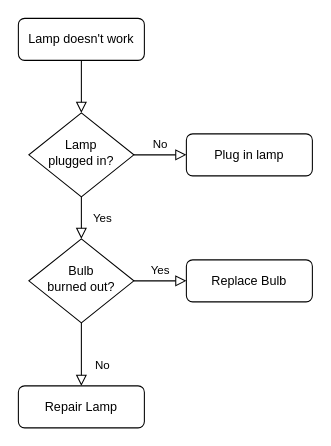
dongcai-x/spring-cloud keeps this draw.io diagram as Untitled Diagram.drawio. Above is the earlier version. Source tidied: cells renumbered, new cells numbered last; positions are measured from the earlier drawing's top-left corner, leaving out a move shared by most shapes. Both pictures are drawn from the tidied source at 105%, with x=0, y=0 at pixel (18, 18).
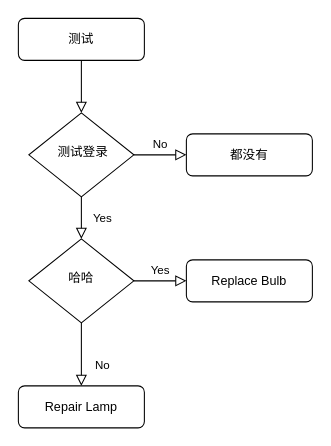
Above is the later version.

Diff of the diagram source:
```diff
@@
 <mxGraphModel>
   <root>
     <mxCell id="0" />
     <mxCell id="1" parent="0" />
     <mxCell id="2" style="rounded=0;html=1;jettySize=auto;fontSize=11;endArrow=block;endFill=0;endSize=8;strokeWidth=1;shadow=0;labelBackgroundColor=none;edgeStyle=orthogonalEdgeStyle;" parent="1" edge="1" source="3" target="6">
       <mxGeometry relative="1" as="geometry" />
     </mxCell>
-    <mxCell id="3" value="Lamp doesn't work" style="rounded=1;whiteSpace=wrap;html=1;fontSize=12;glass=0;strokeWidth=1;shadow=0;" parent="1" vertex="1">
+    <mxCell id="3" value="测试" style="rounded=1;whiteSpace=wrap;html=1;fontSize=12;glass=0;strokeWidth=1;shadow=0;" parent="1" vertex="1">
       <mxGeometry width="120" height="40" as="geometry" />
     </mxCell>
     <mxCell id="4" value="Yes" style="rounded=0;html=1;jettySize=auto;fontSize=11;endArrow=block;endFill=0;endSize=8;strokeWidth=1;shadow=0;labelBackgroundColor=none;edgeStyle=orthogonalEdgeStyle;" parent="1" edge="1" source="6" target="10">
       <mxGeometry y="20" relative="1" as="geometry" />
     </mxCell>
     <mxCell id="5" value="No" style="edgeStyle=orthogonalEdgeStyle;rounded=0;html=1;jettySize=auto;fontSize=11;endArrow=block;endFill=0;endSize=8;strokeWidth=1;shadow=0;labelBackgroundColor=none;" parent="1" edge="1" source="6" target="7">
       <mxGeometry y="10" relative="1" as="geometry" />
     </mxCell>
-    <mxCell id="6" value="Lamp&lt;br&gt;plugged in?" style="rhombus;whiteSpace=wrap;html=1;shadow=0;fontFamily=Helvetica;fontSize=12;align=center;strokeWidth=1;spacing=6;spacingTop=-4;" parent="1" vertex="1">
+    <mxCell id="6" value="&amp;nbsp;测试登录" style="rhombus;whiteSpace=wrap;html=1;shadow=0;fontFamily=Helvetica;fontSize=12;align=center;strokeWidth=1;spacing=6;spacingTop=-4;" parent="1" vertex="1">
       <mxGeometry x="10" y="90" width="100" height="80" as="geometry" />
     </mxCell>
-    <mxCell id="7" value="Plug in lamp" style="rounded=1;whiteSpace=wrap;html=1;fontSize=12;glass=0;strokeWidth=1;shadow=0;" parent="1" vertex="1">
+    <mxCell id="7" value="都没有" style="rounded=1;whiteSpace=wrap;html=1;fontSize=12;glass=0;strokeWidth=1;shadow=0;" parent="1" vertex="1">
       <mxGeometry x="160" y="110" width="120" height="40" as="geometry" />
     </mxCell>
     <mxCell id="8" value="No" style="rounded=0;html=1;jettySize=auto;fontSize=11;endArrow=block;endFill=0;endSize=8;strokeWidth=1;shadow=0;labelBackgroundColor=none;edgeStyle=orthogonalEdgeStyle;" parent="1" edge="1" source="10" target="11">
       <mxGeometry x="0.33" y="20" relative="1" as="geometry" />
     </mxCell>
     <mxCell id="9" value="Yes" style="edgeStyle=orthogonalEdgeStyle;rounded=0;html=1;jettySize=auto;fontSize=11;endArrow=block;endFill=0;endSize=8;strokeWidth=1;shadow=0;labelBackgroundColor=none;" parent="1" edge="1" source="10" target="12">
       <mxGeometry y="10" relative="1" as="geometry" />
     </mxCell>
-    <mxCell id="10" value="Bulb&lt;br&gt;burned out?" style="rhombus;whiteSpace=wrap;html=1;shadow=0;fontFamily=Helvetica;fontSize=12;align=center;strokeWidth=1;spacing=6;spacingTop=-4;" parent="1" vertex="1">
+    <mxCell id="10" value="哈哈" style="rhombus;whiteSpace=wrap;html=1;shadow=0;fontFamily=Helvetica;fontSize=12;align=center;strokeWidth=1;spacing=6;spacingTop=-4;" parent="1" vertex="1">
       <mxGeometry x="10" y="210" width="100" height="80" as="geometry" />
     </mxCell>
     <mxCell id="11" value="Repair Lamp" style="rounded=1;whiteSpace=wrap;html=1;fontSize=12;glass=0;strokeWidth=1;shadow=0;" parent="1" vertex="1">
       <mxGeometry y="350" width="120" height="40" as="geometry" />
     </mxCell>
     <mxCell id="12" value="Replace Bulb" style="rounded=1;whiteSpace=wrap;html=1;fontSize=12;glass=0;strokeWidth=1;shadow=0;" parent="1" vertex="1">
       <mxGeometry x="160" y="230" width="120" height="40" as="geometry" />
     </mxCell>
   </root>
 </mxGraphModel>
```
